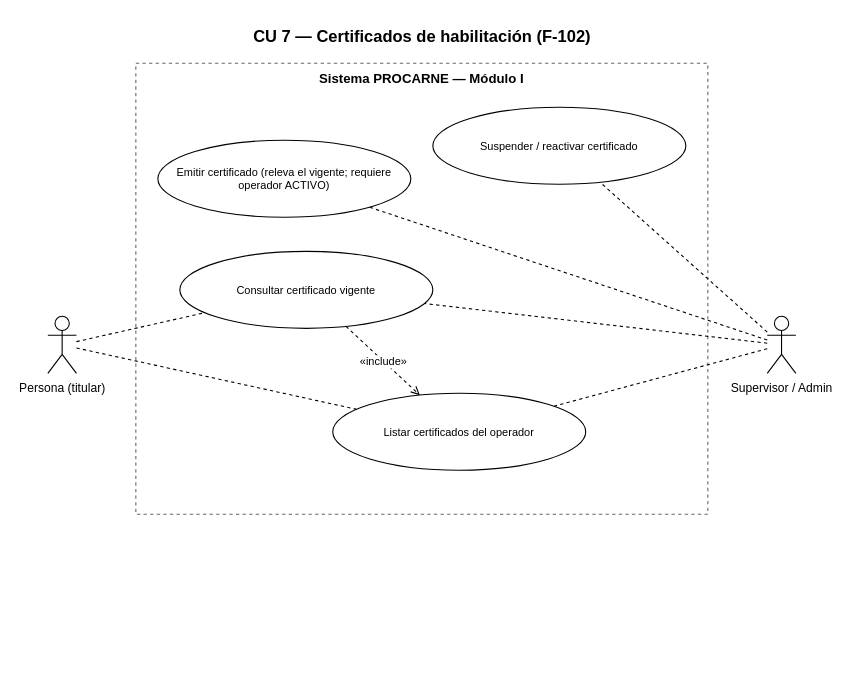
Before: diagramas/casos-de-uso-modulo-1/CU-07-certificados-de-habilitación-f-102.drawio in guspaz0/2026-pp1-tt-procarne, a draw.io diagram. Source tidied: cells renumbered, new cells numbered last; positions are measured from the earlier drawing's top-left corner, leaving out a move shared by most shapes. Both pictures are drawn from the tidied source at 110%, with x=0, y=0 at pixel (47, 19).
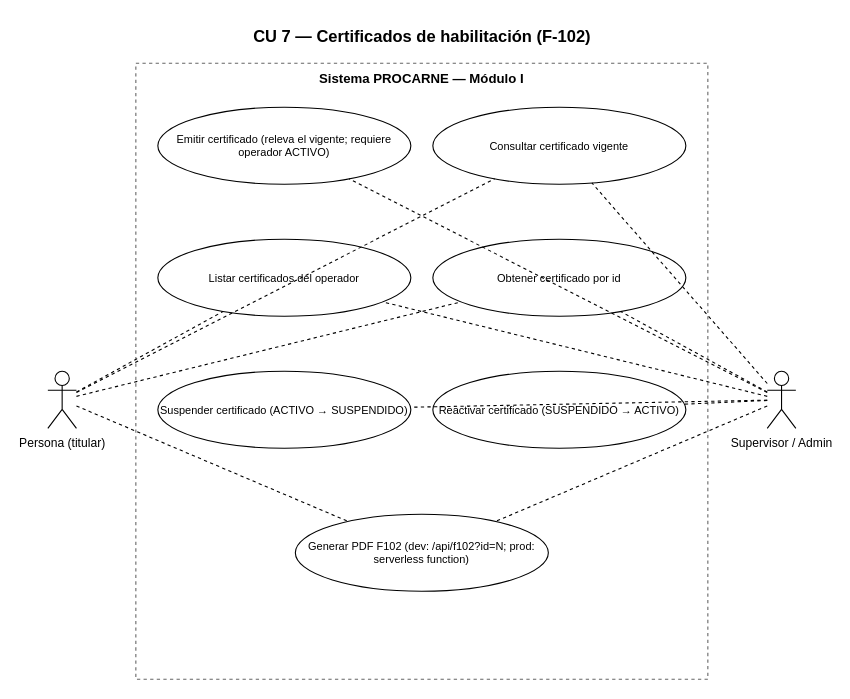
The same diagram, later.

What changed in the source:
```diff
@@
     <mxCell id="3" value="Sistema PROCARNE — Módulo I" style="rounded=0;whiteSpace=wrap;html=1;verticalAlign=top;fillColor=none;strokeColor=#666666;dashed=1;fontSize=12;fontStyle=1;" parent="1" vertex="1">
-      <mxGeometry x="80" y="40" width="520" height="410" as="geometry" />
+      <mxGeometry x="80" y="40" width="520" height="560" as="geometry" />
     </mxCell>
     <mxCell id="4" value="Emitir certificado (releva el vigente; requiere operador ACTIVO)" style="ellipse;whiteSpace=wrap;html=1;fontSize=10;" parent="3" vertex="1">
-      <mxGeometry x="20" y="70" width="230" height="70" as="geometry" />
+      <mxGeometry x="20" y="40" width="230" height="70" as="geometry" />
     </mxCell>
     <mxCell id="5" value="Consultar certificado vigente" style="ellipse;whiteSpace=wrap;html=1;fontSize=10;" parent="3" vertex="1">
-      <mxGeometry x="40" y="171" width="230" height="70" as="geometry" />
+      <mxGeometry x="270" y="40" width="230" height="70" as="geometry" />
     </mxCell>
     <mxCell id="6" value="Listar certificados del operador" style="ellipse;whiteSpace=wrap;html=1;fontSize=10;" parent="3" vertex="1">
-      <mxGeometry x="179" y="300" width="230" height="70" as="geometry" />
+      <mxGeometry x="20" y="160" width="230" height="70" as="geometry" />
     </mxCell>
+    <mxCell id="17" value="Obtener certificado por id" style="ellipse;whiteSpace=wrap;html=1;fontSize=10;" parent="3" vertex="1">
+      <mxGeometry x="270" y="160" width="230" height="70" as="geometry" />
+    </mxCell>
-    <mxCell id="7" value="Suspender / reactivar certificado" style="ellipse;whiteSpace=wrap;html=1;fontSize=10;" parent="3" vertex="1">
-      <mxGeometry x="270" y="40" width="230" height="70" as="geometry" />
+    <mxCell id="7" value="Suspender certificado (ACTIVO → SUSPENDIDO)" style="ellipse;whiteSpace=wrap;html=1;fontSize=10;" parent="3" vertex="1">
+      <mxGeometry x="20" y="280" width="230" height="70" as="geometry" />
     </mxCell>
+    <mxCell id="18" value="Reactivar certificado (SUSPENDIDO → ACTIVO)" style="ellipse;whiteSpace=wrap;html=1;fontSize=10;" parent="3" vertex="1">
+      <mxGeometry x="270" y="280" width="230" height="70" as="geometry" />
+    </mxCell>
+    <mxCell id="19" value="Generar PDF F102 (dev: /api/f102?id=N; prod: serverless function)" style="ellipse;whiteSpace=wrap;html=1;fontSize=10;" parent="3" vertex="1">
+      <mxGeometry x="145" y="410" width="230" height="70" as="geometry" />
+    </mxCell>
     <mxCell id="8" value="Persona (titular)" style="shape=umlActor;verticalLabelPosition=bottom;verticalAlign=top;html=1;outlineConnect=0;fontSize=11;" parent="1" vertex="1">
-      <mxGeometry y="270" width="26" height="52" as="geometry" />
+      <mxGeometry y="320" width="26" height="52" as="geometry" />
     </mxCell>
     <mxCell id="9" value="Supervisor / Admin" style="shape=umlActor;verticalLabelPosition=bottom;verticalAlign=top;html=1;outlineConnect=0;fontSize=11;" parent="1" vertex="1">
-      <mxGeometry x="654" y="270" width="26" height="52" as="geometry" />
+      <mxGeometry x="654" y="320" width="26" height="52" as="geometry" />
     </mxCell>
@@
+    <mxCell id="20" style="endArrow=none;html=1;dashed=1;" parent="1" edge="1" source="8" target="17">
+      <mxGeometry relative="1" as="geometry" />
+    </mxCell>
+    <mxCell id="21" style="endArrow=none;html=1;dashed=1;" parent="1" edge="1" source="9" target="17">
+      <mxGeometry relative="1" as="geometry" />
+    </mxCell>
@@
-    <mxCell id="16" value="«include»" style="endArrow=open;html=1;dashed=1;fontSize=10;" parent="1" edge="1" source="5" target="6">
-      <mxGeometry relative="1" as="geometry" />
-    </mxCell>
+    <mxCell id="22" style="endArrow=none;html=1;dashed=1;" parent="1" edge="1" source="9" target="18">
+      <mxGeometry relative="1" as="geometry" />
+    </mxCell>
+    <mxCell id="23" style="endArrow=none;html=1;dashed=1;" parent="1" edge="1" source="8" target="19">
+      <mxGeometry relative="1" as="geometry" />
+    </mxCell>
+    <mxCell id="24" style="endArrow=none;html=1;dashed=1;" parent="1" edge="1" source="9" target="19">
+      <mxGeometry relative="1" as="geometry" />
+    </mxCell>
```
